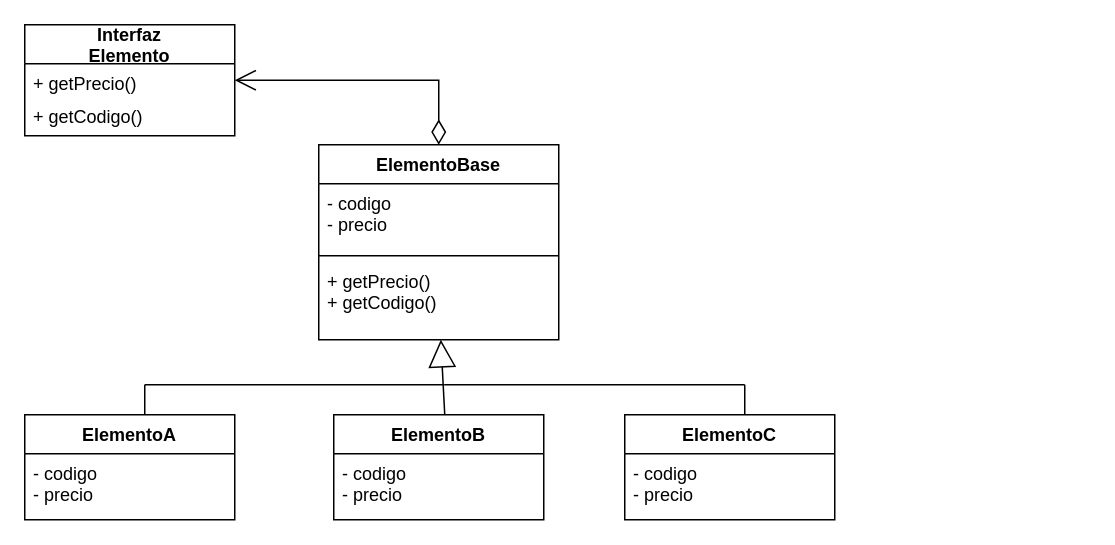
Above: EmpresaMobiliario.drawio in aledeleonez/EmpresaMobiliario (draw.io), before the change. Source tidied: cells renumbered, new cells numbered last; positions are measured from the earlier drawing's top-left corner, leaving out a move shared by most shapes. Both pictures are drawn from the tidied source at 150%, with x=0, y=0 at pixel (24, 24).
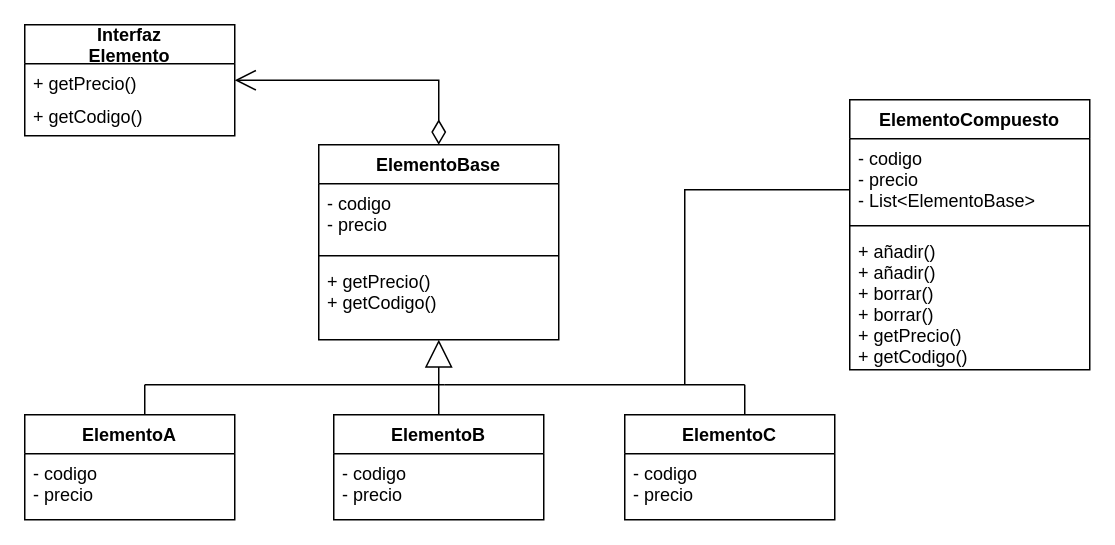
Above is the later version.

The change refers to these unchanged cells:
```xml
<mxCell id="8" value="+ getPrecio()&#10;+ getCodigo()" style="text;strokeColor=none;fillColor=none;align=left;verticalAlign=top;spacingLeft=4;spacingRight=4;overflow=hidden;points=[[0,0.5],[1,0.5]];portConstraint=eastwest;" parent="5" vertex="1">
  <mxGeometry y="78" width="160" height="52" as="geometry" />
</mxCell>
<mxCell id="12" value="ElementoB" style="swimlane;fontStyle=1;horizontal=1;startSize=26;fillColor=none;" parent="1" vertex="1">
  <mxGeometry x="206" y="260" width="140" height="70" as="geometry" />
</mxCell>
```

The edit, as a diff of the source:
```diff
@@
-    <mxCell id="16" style="endArrow=block;endSize=16;endFill=0;html=1;rounded=0;" parent="1" edge="1" target="8">
-      <mxGeometry x="0.44" y="57" relative="1" as="geometry">
-        <mxPoint x="280" y="260" as="sourcePoint" />
-      </mxGeometry>
+    <mxCell id="16" style="endArrow=block;endSize=16;endFill=0;html=1;rounded=0;exitX=0.5;exitY=0;exitDx=0;exitDy=0;" parent="1" edge="1" source="12" target="8">
+      <mxGeometry x="0.44" y="57" relative="1" as="geometry" />
     </mxCell>
@@
+    <mxCell id="21" value="ElementoCompuesto" style="swimlane;fontStyle=1;align=center;verticalAlign=top;horizontal=1;startSize=26;" parent="1" vertex="1">
+      <mxGeometry x="550" y="50" width="160" height="180" as="geometry" />
+    </mxCell>
+    <mxCell id="22" value="- codigo&#10;- precio&#10;- List&lt;ElementoBase&gt;" style="text;strokeColor=none;fillColor=none;align=left;verticalAlign=top;spacingLeft=4;spacingRight=4;overflow=hidden;" parent="21" vertex="1">
+      <mxGeometry y="26" width="160" height="54" as="geometry" />
+    </mxCell>
+    <mxCell id="23" style="line;strokeWidth=1;fillColor=none;align=left;verticalAlign=middle;spacingTop=-1;spacingLeft=3;spacingRight=3;labelPosition=right;" parent="21" vertex="1">
+      <mxGeometry y="80" width="160" height="8" as="geometry" />
+    </mxCell>
+    <mxCell id="24" value="+ añadir()&#10;+ añadir()&#10;+ borrar()&#10;+ borrar()&#10;+ getPrecio()&#10;+ getCodigo()" style="text;strokeColor=none;fillColor=none;align=left;verticalAlign=top;spacingLeft=4;spacingRight=4;overflow=hidden;" parent="21" vertex="1">
+      <mxGeometry y="88" width="160" height="92" as="geometry" />
+    </mxCell>
+    <mxCell id="25" style="endArrow=none;html=1;rounded=0;" parent="1" edge="1">
+      <mxGeometry relative="1" as="geometry">
+        <mxPoint x="440" y="240" as="sourcePoint" />
+        <mxPoint x="550" y="110" as="targetPoint" />
+        <Array as="points">
+          <mxPoint x="440" y="110" />
+        </Array>
+      </mxGeometry>
+    </mxCell>
```
